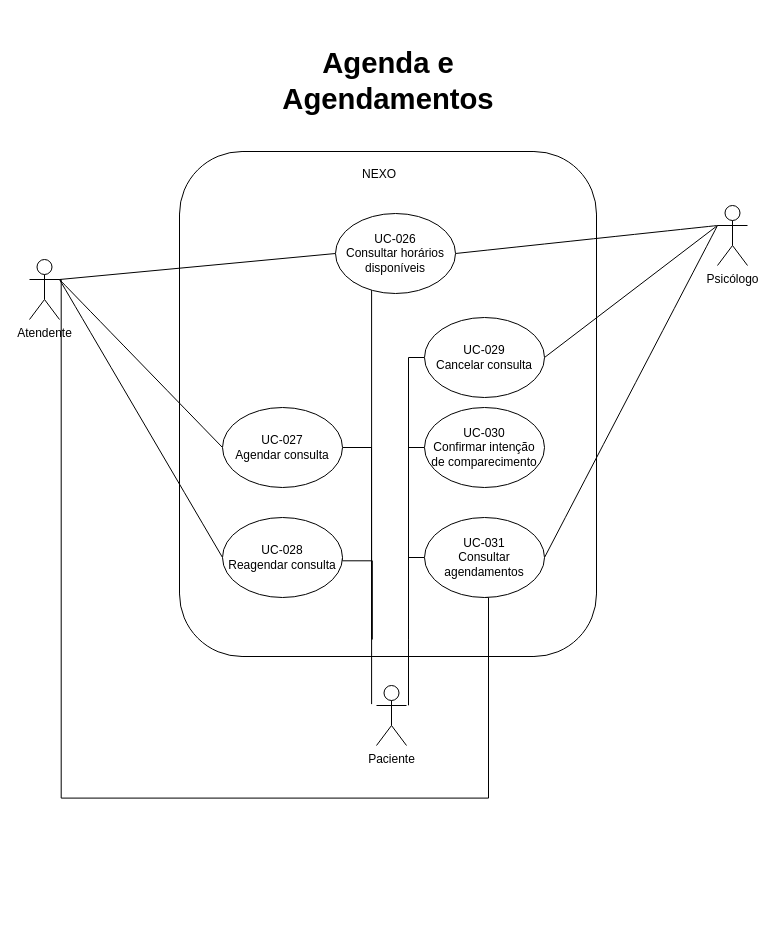
Before: page "Página-5" (5 of 10) of diagramas/casos-de-uso/diagramas-casos-de-uso.drawio in devcaline/nexo-modelagem, a draw.io diagram. Source tidied: cells renumbered, new cells numbered last; positions are measured from the earlier drawing's top-left corner, leaving out a move shared by most shapes. Both pictures are drawn from the tidied source at 100%, with x=0, y=0 at pixel (29, 66).
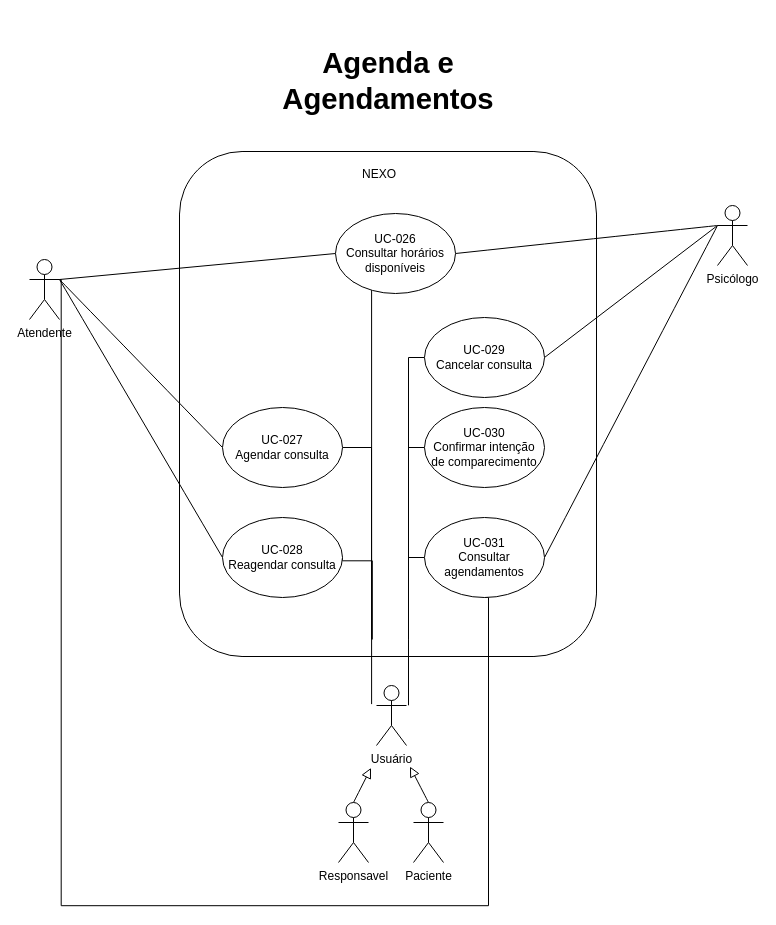
After the change.

Unchanged cells that the change refers to:
```xml
<mxCell id="11" value="Atendente" style="shape=umlActor;verticalLabelPosition=bottom;verticalAlign=top;html=1;outlineConnect=0;" parent="1" vertex="1">
  <mxGeometry y="193" width="30" height="60" as="geometry" />
</mxCell>
<mxCell id="25" value="&lt;p&gt;UC-031&lt;br&gt;&lt;span style=&quot;text-decoration-line: inherit; background-color: transparent; color: light-dark(rgb(0, 0, 0), rgb(255, 255, 255));&quot;&gt;Consultar agendamentos&lt;/span&gt;&lt;/p&gt;" style="ellipse;whiteSpace=wrap;html=1;shapeInside=1;" parent="1" vertex="1">
  <mxGeometry x="395" y="451" width="120" height="80" as="geometry" />
</mxCell>
```

The edit, as a diff of the source:
```diff
@@
     <mxCell id="10" style="edgeStyle=orthogonalEdgeStyle;rounded=0;jettySize=auto;html=1;exitX=1;exitY=0.3333333333333333;exitDx=0;exitDy=0;exitPerimeter=0;entryX=0.5;entryY=1;entryDx=0;entryDy=0;fontSize=12;startSize=8;endSize=8;endArrow=none;endFill=0;" parent="1" edge="1" source="11" target="25">
       <mxGeometry relative="1" as="geometry">
         <Array as="points">
           <mxPoint x="31.7" y="213" />
-          <mxPoint x="31.7" y="731.6" />
-          <mxPoint x="459" y="731.6" />
+          <mxPoint x="31.7" y="839.2" />
+          <mxPoint x="459" y="839.2" />
+          <mxPoint x="459" y="531" />
         </Array>
       </mxGeometry>
     </mxCell>
@@
-    <mxCell id="17" value="Paciente" style="shape=umlActor;verticalLabelPosition=bottom;verticalAlign=top;html=1;" parent="1" vertex="1">
+    <mxCell id="17" value="Usuário" style="shape=umlActor;verticalLabelPosition=bottom;verticalAlign=top;html=1;" parent="1" vertex="1">
       <mxGeometry x="347" y="619" width="30" height="60" as="geometry" />
     </mxCell>
@@
+    <mxCell id="27" style="edgeStyle=none;curved=1;rounded=0;curveGeometry=1;jettySize=auto;html=1;exitX=0.5;exitY=0;exitDx=0;exitDy=0;exitPerimeter=0;fontSize=12;startSize=8;endSize=8;endArrow=block;endFill=0;" parent="1" edge="1" source="28">
+      <mxGeometry relative="1" as="geometry">
+        <mxPoint x="341.5" y="701.4" as="targetPoint" />
+      </mxGeometry>
+    </mxCell>
+    <mxCell id="28" value="Responsavel" style="shape=umlActor;verticalLabelPosition=bottom;verticalAlign=top;html=1;outlineConnect=0;" parent="1" vertex="1">
+      <mxGeometry x="309" y="736" width="30" height="60" as="geometry" />
+    </mxCell>
+    <mxCell id="29" style="edgeStyle=none;curved=1;rounded=0;curveGeometry=1;jettySize=auto;html=1;exitX=0.5;exitY=0;exitDx=0;exitDy=0;exitPerimeter=0;fontSize=12;startSize=8;endSize=8;endArrow=block;endFill=0;" parent="1" edge="1" source="30">
+      <mxGeometry relative="1" as="geometry">
+        <mxPoint x="380.5" y="700.1" as="targetPoint" />
+      </mxGeometry>
+    </mxCell>
+    <mxCell id="30" value="Paciente" style="shape=umlActor;verticalLabelPosition=bottom;verticalAlign=top;html=1;outlineConnect=0;" parent="1" vertex="1">
+      <mxGeometry x="384" y="736" width="30" height="60" as="geometry" />
+    </mxCell>
```
